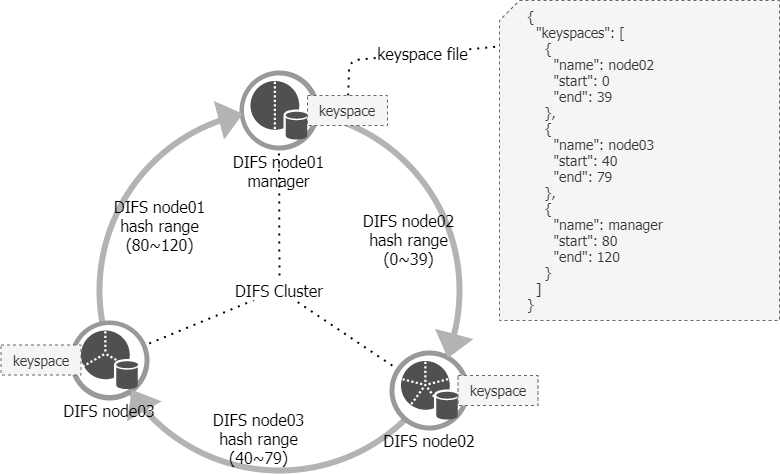
Earlier version of the draw.io export img/acm21-keyspace.png (uni2u/difs). Source tidied: cells renumbered, new cells last; positions are measured from the earlier drawing's top-left corner, leaving out a move shared by most shapes. Its diagram source:
```xml
<mxGraphModel>
  <root>
    <mxCell id="0" />
    <mxCell id="1" parent="0" />
    <mxCell id="2" style="ellipse;whiteSpace=wrap;html=1;fontFamily=Tahoma;fontSize=18;strokeWidth=6;strokeColor=#B3B3B3;fillColor=none;" parent="1" vertex="1">
      <mxGeometry x="98" y="110" width="360" height="360" as="geometry" />
    </mxCell>
    <mxCell id="3" style="endArrow=none;dashed=1;html=1;dashPattern=1 3;strokeWidth=2;fontFamily=Tahoma;fontSize=14;entryX=1;entryY=0;entryDx=0;entryDy=0;" parent="1" edge="1" source="11" target="17">
      <mxGeometry relative="1" as="geometry" />
    </mxCell>
    <mxCell id="4" style="endArrow=none;dashed=1;html=1;dashPattern=1 3;strokeWidth=2;fontFamily=Tahoma;fontSize=14;entryX=0.5;entryY=1;entryDx=0;entryDy=0;" parent="1" edge="1" source="13" target="17">
      <mxGeometry relative="1" as="geometry" />
    </mxCell>
    <mxCell id="5" style="endArrow=none;dashed=1;html=1;dashPattern=1 3;strokeWidth=2;fontFamily=Tahoma;fontSize=14;exitX=0;exitY=0;exitDx=0;exitDy=0;" parent="1" edge="1" source="17" target="12">
      <mxGeometry relative="1" as="geometry" />
    </mxCell>
    <mxCell id="6" style="ellipse;whiteSpace=wrap;html=1;fillColor=#999999;strokeColor=none;" parent="1" vertex="1">
      <mxGeometry x="238" y="70" width="80" height="80" as="geometry" />
    </mxCell>
    <mxCell id="7" style="ellipse;whiteSpace=wrap;html=1;fillColor=#999999;strokeColor=none;" parent="1" vertex="1">
      <mxGeometry x="388" y="350" width="80" height="80" as="geometry" />
    </mxCell>
    <mxCell id="8" style="ellipse;whiteSpace=wrap;html=1;fillColor=#999999;strokeColor=none;" parent="1" vertex="1">
      <mxGeometry x="68" y="320" width="80" height="80" as="geometry" />
    </mxCell>
    <mxCell id="9" value="DIFS node01&lt;br&gt;manager" style="text;html=1;strokeColor=none;fillColor=none;align=center;verticalAlign=middle;whiteSpace=wrap;rounded=0;fontSize=16;fontFamily=Tahoma;" parent="1" vertex="1">
      <mxGeometry x="217" y="150" width="121" height="40" as="geometry" />
    </mxCell>
    <mxCell id="10" value="DIFS node02" style="text;html=1;strokeColor=none;fillColor=none;align=center;verticalAlign=middle;whiteSpace=wrap;rounded=0;fontSize=16;fontFamily=Tahoma;" parent="1" vertex="1">
      <mxGeometry x="368" y="430" width="120" height="20" as="geometry" />
    </mxCell>
    <mxCell id="11" style="ellipse;whiteSpace=wrap;html=1;strokeColor=none;fillColor=#FFFFFF;" parent="1" vertex="1">
      <mxGeometry x="73" y="324.5" width="70" height="70" as="geometry" />
    </mxCell>
    <mxCell id="12" style="ellipse;whiteSpace=wrap;html=1;strokeColor=none;fillColor=#FFFFFF;" parent="1" vertex="1">
      <mxGeometry x="393" y="355" width="70" height="70" as="geometry" />
    </mxCell>
    <mxCell id="13" style="ellipse;whiteSpace=wrap;html=1;strokeColor=none;fillColor=#FFFFFF;" parent="1" vertex="1">
      <mxGeometry x="242.5" y="75" width="70" height="70" as="geometry" />
    </mxCell>
    <mxCell id="14" style="shadow=0;dashed=0;html=1;strokeColor=none;fillColor=#505050;labelPosition=center;verticalLabelPosition=bottom;verticalAlign=top;align=center;shape=mxgraph.office.databases.database_partition_3;fontFamily=Tahoma;fontSize=14;" parent="1" vertex="1">
      <mxGeometry x="79.5" y="330" width="57" height="59" as="geometry" />
    </mxCell>
    <mxCell id="15" style="shadow=0;dashed=0;html=1;strokeColor=none;fillColor=#505050;labelPosition=center;verticalLabelPosition=bottom;verticalAlign=top;align=center;shape=mxgraph.office.databases.database_partition_5;fontFamily=Tahoma;fontSize=14;" parent="1" vertex="1">
      <mxGeometry x="399.5" y="360.5" width="57" height="59" as="geometry" />
    </mxCell>
    <mxCell id="16" style="shadow=0;dashed=0;html=1;strokeColor=none;fillColor=#505050;labelPosition=center;verticalLabelPosition=bottom;verticalAlign=top;align=center;shape=mxgraph.office.databases.database_partition_2;fontFamily=Tahoma;fontSize=14;" parent="1" vertex="1">
      <mxGeometry x="249" y="80.5" width="57" height="59" as="geometry" />
    </mxCell>
    <mxCell id="17" style="ellipse;whiteSpace=wrap;html=1;" parent="1" vertex="1">
      <mxGeometry x="275.5" y="287.5" width="5" height="5" as="geometry" />
    </mxCell>
    <mxCell id="18" value="DIFS Cluster" style="text;html=1;strokeColor=none;align=center;verticalAlign=middle;whiteSpace=wrap;rounded=0;dashed=1;fontFamily=Tahoma;fontSize=16;fillColor=#ffffff;" parent="1" vertex="1">
      <mxGeometry x="218" y="280" width="120" height="20" as="geometry" />
    </mxCell>
    <mxCell id="19" style="triangle;whiteSpace=wrap;html=1;dashed=1;fontFamily=Tahoma;fontSize=16;align=center;fontColor=#333333;strokeColor=none;fillColor=#B3B3B3;rotation=-15;" parent="1" vertex="1">
      <mxGeometry x="217" y="96.5" width="25" height="40" as="geometry" />
    </mxCell>
    <mxCell id="20" style="triangle;whiteSpace=wrap;html=1;dashed=1;fontFamily=Tahoma;fontSize=16;align=center;fontColor=#333333;strokeColor=none;fillColor=#B3B3B3;rotation=105;" parent="1" vertex="1">
      <mxGeometry x="437" y="325.5" width="25" height="40" as="geometry" />
    </mxCell>
    <mxCell id="21" style="triangle;whiteSpace=wrap;html=1;dashed=1;fontFamily=Tahoma;fontSize=16;align=center;fontColor=#333333;strokeColor=none;fillColor=#B3B3B3;rotation=-120;" parent="1" vertex="1">
      <mxGeometry x="124" y="380" width="25" height="40" as="geometry" />
    </mxCell>
    <mxCell id="22" value="DIFS node03" style="text;html=1;strokeColor=none;fillColor=none;align=center;verticalAlign=middle;whiteSpace=wrap;rounded=0;fontSize=16;fontFamily=Tahoma;" parent="1" vertex="1">
      <mxGeometry x="48" y="400" width="120" height="20" as="geometry" />
    </mxCell>
    <mxCell id="23" value="DIFS node02&lt;br&gt;hash range&lt;br&gt;(0~39)" style="text;html=1;strokeColor=none;fillColor=none;align=center;verticalAlign=middle;whiteSpace=wrap;rounded=0;fontSize=16;fontFamily=Tahoma;" parent="1" vertex="1">
      <mxGeometry x="347" y="204" width="121" height="70" as="geometry" />
    </mxCell>
    <mxCell id="24" value="DIFS node03&lt;br&gt;hash range&lt;br&gt;(40~79)" style="text;html=1;strokeColor=none;fillColor=none;align=center;verticalAlign=middle;whiteSpace=wrap;rounded=0;fontSize=16;fontFamily=Tahoma;" parent="1" vertex="1">
      <mxGeometry x="197" y="405" width="121" height="65" as="geometry" />
    </mxCell>
    <mxCell id="25" value="DIFS node01&lt;br&gt;hash range&lt;br&gt;(80~120)" style="text;html=1;strokeColor=none;fillColor=none;align=center;verticalAlign=middle;whiteSpace=wrap;rounded=0;fontSize=16;fontFamily=Tahoma;" parent="1" vertex="1">
      <mxGeometry x="98" y="190" width="121" height="70" as="geometry" />
    </mxCell>
    <mxCell id="26" value="&lt;span style=&quot;font-size: 14px;&quot;&gt;&amp;nbsp; &amp;nbsp; &amp;nbsp; {&lt;/span&gt;&lt;br style=&quot;font-size: 14px;&quot;&gt;&amp;nbsp; &amp;nbsp; &amp;nbsp;&amp;nbsp;&lt;span style=&quot;font-size: 14px;&quot;&gt;&amp;nbsp; &quot;keyspaces&quot;: [&lt;/span&gt;&lt;br style=&quot;font-size: 14px;&quot;&gt;&amp;nbsp; &amp;nbsp; &amp;nbsp;&amp;nbsp;&lt;span style=&quot;font-size: 14px;&quot;&gt;&amp;nbsp; &amp;nbsp; {&lt;/span&gt;&lt;br style=&quot;font-size: 14px;&quot;&gt;&amp;nbsp; &amp;nbsp; &amp;nbsp;&amp;nbsp;&lt;span style=&quot;font-size: 14px;&quot;&gt;&amp;nbsp; &amp;nbsp; &amp;nbsp; &quot;name&quot;: node02&lt;/span&gt;&lt;br style=&quot;font-size: 14px;&quot;&gt;&amp;nbsp; &amp;nbsp; &amp;nbsp;&amp;nbsp;&lt;span style=&quot;font-size: 14px;&quot;&gt;&amp;nbsp; &amp;nbsp; &amp;nbsp; &quot;start&quot;: 0&lt;/span&gt;&lt;br style=&quot;font-size: 14px;&quot;&gt;&amp;nbsp; &amp;nbsp; &amp;nbsp;&amp;nbsp;&lt;span style=&quot;font-size: 14px;&quot;&gt;&amp;nbsp; &amp;nbsp; &amp;nbsp; &quot;end&quot;: 39&lt;/span&gt;&lt;br style=&quot;font-size: 14px;&quot;&gt;&amp;nbsp; &amp;nbsp; &amp;nbsp;&amp;nbsp;&lt;span style=&quot;font-size: 14px;&quot;&gt;&amp;nbsp; &amp;nbsp; },&lt;/span&gt;&lt;br style=&quot;font-size: 14px;&quot;&gt;&amp;nbsp; &amp;nbsp; &amp;nbsp;&amp;nbsp;&lt;span style=&quot;font-size: 14px;&quot;&gt;&amp;nbsp; &amp;nbsp; {&lt;/span&gt;&lt;br style=&quot;font-size: 14px;&quot;&gt;&amp;nbsp; &amp;nbsp; &amp;nbsp;&amp;nbsp;&lt;span style=&quot;font-size: 14px;&quot;&gt;&amp;nbsp; &amp;nbsp; &amp;nbsp; &quot;name&quot;: node03&lt;/span&gt;&lt;br style=&quot;font-size: 14px;&quot;&gt;&amp;nbsp; &amp;nbsp; &amp;nbsp;&amp;nbsp;&lt;span style=&quot;font-size: 14px;&quot;&gt;&amp;nbsp; &amp;nbsp; &amp;nbsp; &quot;start&quot;: 40&lt;/span&gt;&lt;br style=&quot;font-size: 14px;&quot;&gt;&amp;nbsp; &amp;nbsp; &amp;nbsp;&amp;nbsp;&lt;span style=&quot;font-size: 14px;&quot;&gt;&amp;nbsp; &amp;nbsp; &amp;nbsp; &quot;end&quot;: 79&lt;/span&gt;&lt;br style=&quot;font-size: 14px;&quot;&gt;&amp;nbsp; &amp;nbsp; &amp;nbsp;&amp;nbsp;&lt;span style=&quot;font-size: 14px;&quot;&gt;&amp;nbsp; &amp;nbsp; },&lt;/span&gt;&lt;br style=&quot;font-size: 14px;&quot;&gt;&amp;nbsp; &amp;nbsp; &amp;nbsp;&amp;nbsp;&lt;span style=&quot;font-size: 14px;&quot;&gt;&amp;nbsp; &amp;nbsp; {&lt;/span&gt;&lt;br style=&quot;font-size: 14px;&quot;&gt;&amp;nbsp; &amp;nbsp; &amp;nbsp;&amp;nbsp;&lt;span style=&quot;font-size: 14px;&quot;&gt;&amp;nbsp; &amp;nbsp; &amp;nbsp; &quot;name&quot;: manager&lt;/span&gt;&lt;br style=&quot;font-size: 14px;&quot;&gt;&amp;nbsp; &amp;nbsp; &amp;nbsp;&amp;nbsp;&lt;span style=&quot;font-size: 14px;&quot;&gt;&amp;nbsp; &amp;nbsp; &amp;nbsp; &quot;start&quot;: 80&lt;/span&gt;&lt;br style=&quot;font-size: 14px;&quot;&gt;&amp;nbsp; &amp;nbsp; &amp;nbsp;&amp;nbsp;&lt;span style=&quot;font-size: 14px;&quot;&gt;&amp;nbsp; &amp;nbsp; &amp;nbsp; &quot;end&quot;: 120&lt;/span&gt;&lt;br style=&quot;font-size: 14px;&quot;&gt;&amp;nbsp; &amp;nbsp; &amp;nbsp;&amp;nbsp;&lt;span style=&quot;font-size: 14px;&quot;&gt;&amp;nbsp; &amp;nbsp; }&lt;/span&gt;&lt;br style=&quot;font-size: 14px;&quot;&gt;&amp;nbsp; &amp;nbsp; &amp;nbsp;&amp;nbsp;&lt;span style=&quot;font-size: 14px;&quot;&gt;&amp;nbsp; ]&lt;/span&gt;&lt;br style=&quot;font-size: 14px;&quot;&gt;&amp;nbsp; &amp;nbsp; &amp;nbsp;&amp;nbsp;&lt;span style=&quot;font-size: 14px;&quot;&gt;}&lt;/span&gt;" style="shape=card;whiteSpace=wrap;html=1;dashed=1;fillColor=#f5f5f5;fontFamily=Tahoma;fontSize=14;align=left;strokeColor=#666666;fontColor=#333333;size=20;" parent="1" vertex="1">
      <mxGeometry x="498" width="280" height="320" as="geometry" />
    </mxCell>
    <mxCell id="27" value="&lt;font style=&quot;font-size: 16px&quot;&gt;keyspace file&lt;/font&gt;" style="endArrow=none;dashed=1;html=1;dashPattern=1 3;strokeWidth=2;fontFamily=Tahoma;fontSize=14;entryX=-0.007;entryY=0.144;entryDx=0;entryDy=0;entryPerimeter=0;" parent="1" edge="1" source="30" target="26">
      <mxGeometry x="0.18" relative="1" as="geometry">
        <Array as="points">
          <mxPoint x="348" y="60" />
        </Array>
      </mxGeometry>
    </mxCell>
    <mxCell id="28" value="keyspace" style="shape=card;whiteSpace=wrap;html=1;dashed=1;fillColor=#f5f5f5;fontFamily=Tahoma;fontSize=14;align=center;strokeColor=#666666;fontColor=#333333;size=0;" parent="1" vertex="1">
      <mxGeometry x="456.5" y="375" width="80" height="30" as="geometry" />
    </mxCell>
    <mxCell id="29" value="keyspace" style="shape=card;whiteSpace=wrap;html=1;dashed=1;fillColor=#f5f5f5;fontFamily=Tahoma;fontSize=14;align=center;strokeColor=#666666;fontColor=#333333;size=0;" parent="1" vertex="1">
      <mxGeometry x="-0.5" y="344.5" width="80" height="30" as="geometry" />
    </mxCell>
    <mxCell id="30" value="keyspace" style="shape=card;whiteSpace=wrap;html=1;dashed=1;fillColor=#f5f5f5;fontFamily=Tahoma;fontSize=14;align=center;strokeColor=#666666;fontColor=#333333;size=0;" parent="1" vertex="1">
      <mxGeometry x="306" y="95" width="80" height="30" as="geometry" />
    </mxCell>
  </root>
</mxGraphModel>
```
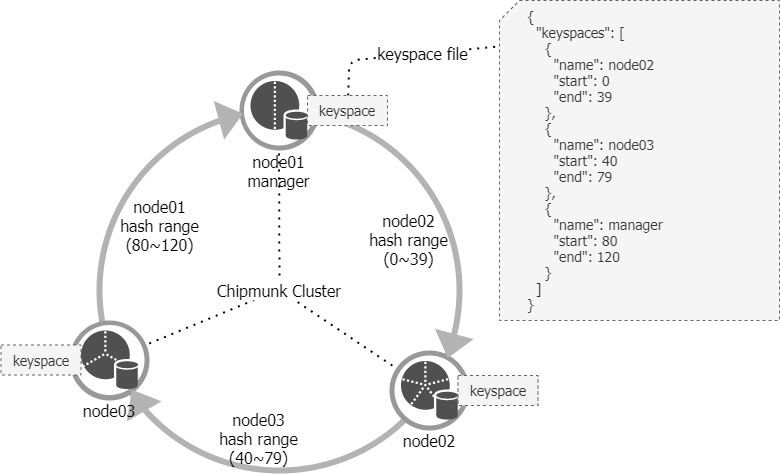
Later version of the same file.

Change to the diagram source:
```diff
@@ -23,10 +23,10 @@
     <mxCell id="8" style="ellipse;whiteSpace=wrap;html=1;fillColor=#999999;strokeColor=none;" parent="1" vertex="1">
       <mxGeometry x="68" y="320" width="80" height="80" as="geometry" />
     </mxCell>
-    <mxCell id="9" value="DIFS node01&lt;br&gt;manager" style="text;html=1;strokeColor=none;fillColor=none;align=center;verticalAlign=middle;whiteSpace=wrap;rounded=0;fontSize=16;fontFamily=Tahoma;" parent="1" vertex="1">
+    <mxCell id="9" value="node01&lt;br&gt;manager" style="text;html=1;strokeColor=none;fillColor=none;align=center;verticalAlign=middle;whiteSpace=wrap;rounded=0;fontSize=16;fontFamily=Tahoma;" parent="1" vertex="1">
       <mxGeometry x="217" y="150" width="121" height="40" as="geometry" />
     </mxCell>
-    <mxCell id="10" value="DIFS node02" style="text;html=1;strokeColor=none;fillColor=none;align=center;verticalAlign=middle;whiteSpace=wrap;rounded=0;fontSize=16;fontFamily=Tahoma;" parent="1" vertex="1">
+    <mxCell id="10" value="node02" style="text;html=1;strokeColor=none;fillColor=none;align=center;verticalAlign=middle;whiteSpace=wrap;rounded=0;fontSize=16;fontFamily=Tahoma;" parent="1" vertex="1">
       <mxGeometry x="368" y="430" width="120" height="20" as="geometry" />
     </mxCell>
     <mxCell id="11" style="ellipse;whiteSpace=wrap;html=1;strokeColor=none;fillColor=#FFFFFF;" parent="1" vertex="1">
@@ -50,8 +50,8 @@
     <mxCell id="17" style="ellipse;whiteSpace=wrap;html=1;" parent="1" vertex="1">
       <mxGeometry x="275.5" y="287.5" width="5" height="5" as="geometry" />
     </mxCell>
-    <mxCell id="18" value="DIFS Cluster" style="text;html=1;strokeColor=none;align=center;verticalAlign=middle;whiteSpace=wrap;rounded=0;dashed=1;fontFamily=Tahoma;fontSize=16;fillColor=#ffffff;" parent="1" vertex="1">
-      <mxGeometry x="218" y="280" width="120" height="20" as="geometry" />
+    <mxCell id="18" value="Chipmunk Cluster" style="text;html=1;strokeColor=none;align=center;verticalAlign=middle;whiteSpace=wrap;rounded=0;dashed=1;fontFamily=Tahoma;fontSize=16;fillColor=#ffffff;" parent="1" vertex="1">
+      <mxGeometry x="203" y="280" width="150" height="20" as="geometry" />
     </mxCell>
     <mxCell id="19" style="triangle;whiteSpace=wrap;html=1;dashed=1;fontFamily=Tahoma;fontSize=16;align=center;fontColor=#333333;strokeColor=none;fillColor=#B3B3B3;rotation=-15;" parent="1" vertex="1">
       <mxGeometry x="217" y="96.5" width="25" height="40" as="geometry" />
@@ -62,16 +62,16 @@
     <mxCell id="21" style="triangle;whiteSpace=wrap;html=1;dashed=1;fontFamily=Tahoma;fontSize=16;align=center;fontColor=#333333;strokeColor=none;fillColor=#B3B3B3;rotation=-120;" parent="1" vertex="1">
       <mxGeometry x="124" y="380" width="25" height="40" as="geometry" />
     </mxCell>
-    <mxCell id="22" value="DIFS node03" style="text;html=1;strokeColor=none;fillColor=none;align=center;verticalAlign=middle;whiteSpace=wrap;rounded=0;fontSize=16;fontFamily=Tahoma;" parent="1" vertex="1">
+    <mxCell id="22" value="node03" style="text;html=1;strokeColor=none;fillColor=none;align=center;verticalAlign=middle;whiteSpace=wrap;rounded=0;fontSize=16;fontFamily=Tahoma;" parent="1" vertex="1">
       <mxGeometry x="48" y="400" width="120" height="20" as="geometry" />
     </mxCell>
-    <mxCell id="23" value="DIFS node02&lt;br&gt;hash range&lt;br&gt;(0~39)" style="text;html=1;strokeColor=none;fillColor=none;align=center;verticalAlign=middle;whiteSpace=wrap;rounded=0;fontSize=16;fontFamily=Tahoma;" parent="1" vertex="1">
+    <mxCell id="23" value="node02&lt;br&gt;hash range&lt;br&gt;(0~39)" style="text;html=1;strokeColor=none;fillColor=none;align=center;verticalAlign=middle;whiteSpace=wrap;rounded=0;fontSize=16;fontFamily=Tahoma;" parent="1" vertex="1">
       <mxGeometry x="347" y="204" width="121" height="70" as="geometry" />
     </mxCell>
-    <mxCell id="24" value="DIFS node03&lt;br&gt;hash range&lt;br&gt;(40~79)" style="text;html=1;strokeColor=none;fillColor=none;align=center;verticalAlign=middle;whiteSpace=wrap;rounded=0;fontSize=16;fontFamily=Tahoma;" parent="1" vertex="1">
+    <mxCell id="24" value="node03&lt;br&gt;hash range&lt;br&gt;(40~79)" style="text;html=1;strokeColor=none;fillColor=none;align=center;verticalAlign=middle;whiteSpace=wrap;rounded=0;fontSize=16;fontFamily=Tahoma;" parent="1" vertex="1">
       <mxGeometry x="197" y="405" width="121" height="65" as="geometry" />
     </mxCell>
-    <mxCell id="25" value="DIFS node01&lt;br&gt;hash range&lt;br&gt;(80~120)" style="text;html=1;strokeColor=none;fillColor=none;align=center;verticalAlign=middle;whiteSpace=wrap;rounded=0;fontSize=16;fontFamily=Tahoma;" parent="1" vertex="1">
+    <mxCell id="25" value="node01&lt;br&gt;hash range&lt;br&gt;(80~120)" style="text;html=1;strokeColor=none;fillColor=none;align=center;verticalAlign=middle;whiteSpace=wrap;rounded=0;fontSize=16;fontFamily=Tahoma;" parent="1" vertex="1">
       <mxGeometry x="98" y="190" width="121" height="70" as="geometry" />
     </mxCell>
     <mxCell id="26" value="&lt;span style=&quot;font-size: 14px;&quot;&gt;&amp;nbsp; &amp;nbsp; &amp;nbsp; {&lt;/span&gt;&lt;br style=&quot;font-size: 14px;&quot;&gt;&amp;nbsp; &amp;nbsp; &amp;nbsp;&amp;nbsp;&lt;span style=&quot;font-size: 14px;&quot;&gt;&amp;nbsp; &quot;keyspaces&quot;: [&lt;/span&gt;&lt;br style=&quot;font-size: 14px;&quot;&gt;&amp;nbsp; &amp;nbsp; &amp;nbsp;&amp;nbsp;&lt;span style=&quot;font-size: 14px;&quot;&gt;&amp;nbsp; &amp;nbsp; {&lt;/span&gt;&lt;br style=&quot;font-size: 14px;&quot;&gt;&amp;nbsp; &amp;nbsp; &amp;nbsp;&amp;nbsp;&lt;span style=&quot;font-size: 14px;&quot;&gt;&amp;nbsp; &amp;nbsp; &amp;nbsp; &quot;name&quot;: node02&lt;/span&gt;&lt;br style=&quot;font-size: 14px;&quot;&gt;&amp;nbsp; &amp;nbsp; &amp;nbsp;&amp;nbsp;&lt;span style=&quot;font-size: 14px;&quot;&gt;&amp;nbsp; &amp;nbsp; &amp;nbsp; &quot;start&quot;: 0&lt;/span&gt;&lt;br style=&quot;font-size: 14px;&quot;&gt;&amp;nbsp; &amp;nbsp; &amp;nbsp;&amp;nbsp;&lt;span style=&quot;font-size: 14px;&quot;&gt;&amp;nbsp; &amp;nbsp; &amp;nbsp; &quot;end&quot;: 39&lt;/span&gt;&lt;br style=&quot;font-size: 14px;&quot;&gt;&amp;nbsp; &amp;nbsp; &amp;nbsp;&amp;nbsp;&lt;span style=&quot;font-size: 14px;&quot;&gt;&amp;nbsp; &amp;nbsp; },&lt;/span&gt;&lt;br style=&quot;font-size: 14px;&quot;&gt;&amp;nbsp; &amp;nbsp; &amp;nbsp;&amp;nbsp;&lt;span style=&quot;font-size: 14px;&quot;&gt;&amp;nbsp; &amp;nbsp; {&lt;/span&gt;&lt;br style=&quot;font-size: 14px;&quot;&gt;&amp;nbsp; &amp;nbsp; &amp;nbsp;&amp;nbsp;&lt;span style=&quot;font-size: 14px;&quot;&gt;&amp;nbsp; &amp;nbsp; &amp;nbsp; &quot;name&quot;: node03&lt;/span&gt;&lt;br style=&quot;font-size: 14px;&quot;&gt;&amp;nbsp; &amp;nbsp; &amp;nbsp;&amp;nbsp;&lt;span style=&quot;font-size: 14px;&quot;&gt;&amp;nbsp; &amp;nbsp; &amp;nbsp; &quot;start&quot;: 40&lt;/span&gt;&lt;br style=&quot;font-size: 14px;&quot;&gt;&amp;nbsp; &amp;nbsp; &amp;nbsp;&amp;nbsp;&lt;span style=&quot;font-size: 14px;&quot;&gt;&amp;nbsp; &amp;nbsp; &amp;nbsp; &quot;end&quot;: 79&lt;/span&gt;&lt;br style=&quot;font-size: 14px;&quot;&gt;&amp;nbsp; &amp;nbsp; &amp;nbsp;&amp;nbsp;&lt;span style=&quot;font-size: 14px;&quot;&gt;&amp;nbsp; &amp;nbsp; },&lt;/span&gt;&lt;br style=&quot;font-size: 14px;&quot;&gt;&amp;nbsp; &amp;nbsp; &amp;nbsp;&amp;nbsp;&lt;span style=&quot;font-size: 14px;&quot;&gt;&amp;nbsp; &amp;nbsp; {&lt;/span&gt;&lt;br style=&quot;font-size: 14px;&quot;&gt;&amp;nbsp; &amp;nbsp; &amp;nbsp;&amp;nbsp;&lt;span style=&quot;font-size: 14px;&quot;&gt;&amp;nbsp; &amp;nbsp; &amp;nbsp; &quot;name&quot;: manager&lt;/span&gt;&lt;br style=&quot;font-size: 14px;&quot;&gt;&amp;nbsp; &amp;nbsp; &amp;nbsp;&amp;nbsp;&lt;span style=&quot;font-size: 14px;&quot;&gt;&amp;nbsp; &amp;nbsp; &amp;nbsp; &quot;start&quot;: 80&lt;/span&gt;&lt;br style=&quot;font-size: 14px;&quot;&gt;&amp;nbsp; &amp;nbsp; &amp;nbsp;&amp;nbsp;&lt;span style=&quot;font-size: 14px;&quot;&gt;&amp;nbsp; &amp;nbsp; &amp;nbsp; &quot;end&quot;: 120&lt;/span&gt;&lt;br style=&quot;font-size: 14px;&quot;&gt;&amp;nbsp; &amp;nbsp; &amp;nbsp;&amp;nbsp;&lt;span style=&quot;font-size: 14px;&quot;&gt;&amp;nbsp; &amp;nbsp; }&lt;/span&gt;&lt;br style=&quot;font-size: 14px;&quot;&gt;&amp;nbsp; &amp;nbsp; &amp;nbsp;&amp;nbsp;&lt;span style=&quot;font-size: 14px;&quot;&gt;&amp;nbsp; ]&lt;/span&gt;&lt;br style=&quot;font-size: 14px;&quot;&gt;&amp;nbsp; &amp;nbsp; &amp;nbsp;&amp;nbsp;&lt;span style=&quot;font-size: 14px;&quot;&gt;}&lt;/span&gt;" style="shape=card;whiteSpace=wrap;html=1;dashed=1;fillColor=#f5f5f5;fontFamily=Tahoma;fontSize=14;align=left;strokeColor=#666666;fontColor=#333333;size=20;" parent="1" vertex="1">
```
